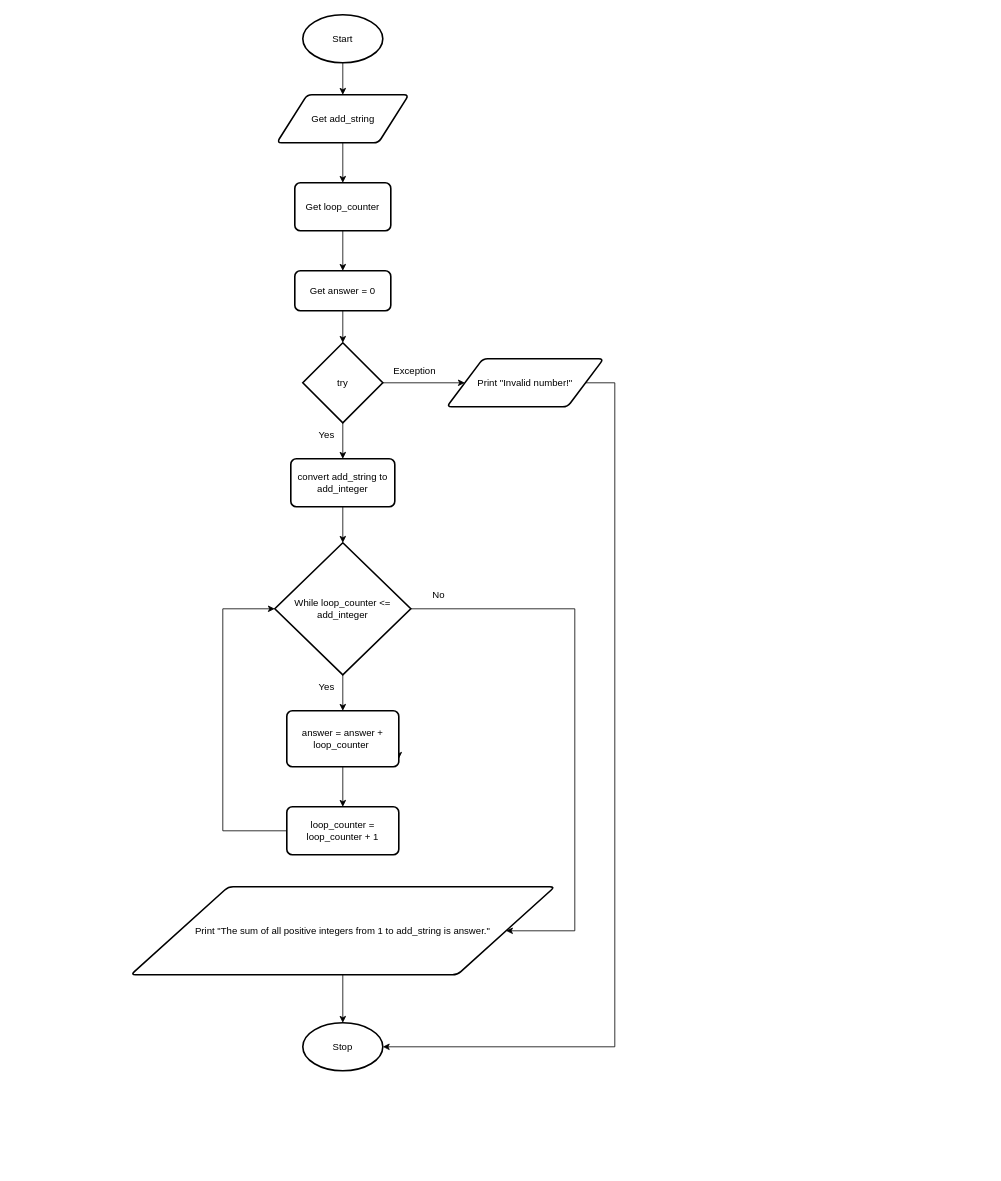
This is design.flowchart.drawio from Yiyun-Qin/ICS3U-Assignment4-Python, a draw.io file, before an edit. Source tidied: cells renumbered, new cells numbered last; positions are measured from the earlier drawing's top-left corner, leaving out a move shared by most shapes. Both pictures are drawn from the tidied source at 80%, with x=0, y=0 at pixel (130, 14).
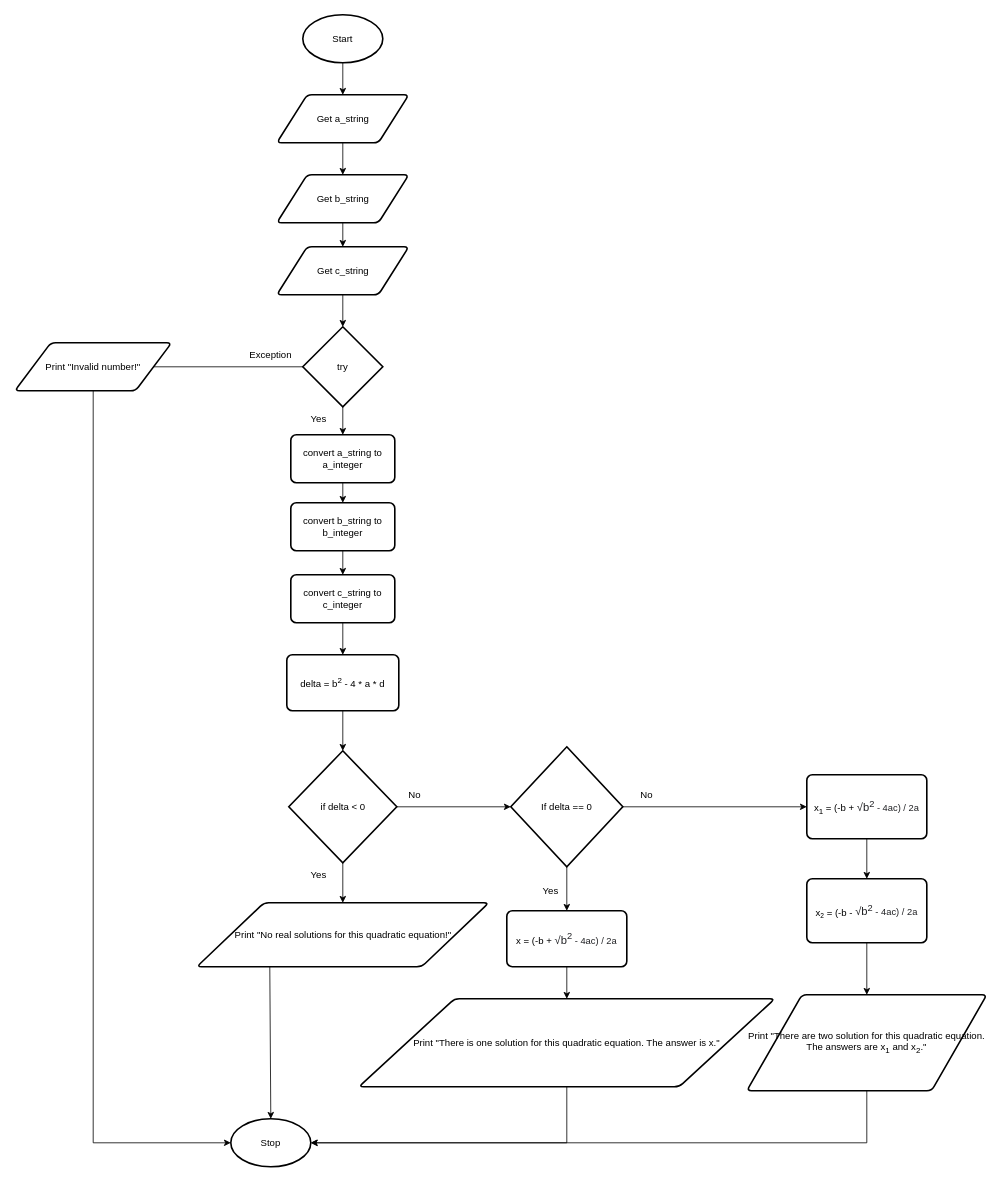
The same diagram, later.

What changed in the source:
```diff
@@
-    <mxCell id="4" style="edgeStyle=none;html=1;exitX=0.5;exitY=1;exitDx=0;exitDy=0;entryX=0.5;entryY=0;entryDx=0;entryDy=0;" parent="1" edge="1" source="5" target="24">
-      <mxGeometry relative="1" as="geometry" />
-    </mxCell>
+    <mxCell id="32" style="edgeStyle=none;html=1;exitX=0.5;exitY=1;exitDx=0;exitDy=0;entryX=0.5;entryY=0;entryDx=0;entryDy=0;" parent="1" edge="1" source="5" target="35">
+      <mxGeometry relative="1" as="geometry" />
+    </mxCell>
-    <mxCell id="5" value="Get add_string" style="shape=parallelogram;html=1;strokeWidth=2;perimeter=parallelogramPerimeter;whiteSpace=wrap;rounded=1;arcSize=12;size=0.23;" parent="1" vertex="1">
+    <mxCell id="5" value="Get a_string" style="shape=parallelogram;html=1;strokeWidth=2;perimeter=parallelogramPerimeter;whiteSpace=wrap;rounded=1;arcSize=12;size=0.23;" parent="1" vertex="1">
       <mxGeometry x="182.5" y="100" width="165" height="60" as="geometry" />
     </mxCell>
     <mxCell id="6" value="Stop" style="strokeWidth=2;html=1;shape=mxgraph.flowchart.start_1;whiteSpace=wrap;" parent="1" vertex="1">
-      <mxGeometry x="215" y="1260" width="100" height="60" as="geometry" />
+      <mxGeometry x="125" y="1380" width="100" height="60" as="geometry" />
     </mxCell>
     <mxCell id="7" value="Yes" style="text;html=1;strokeColor=none;fillColor=none;align=center;verticalAlign=middle;whiteSpace=wrap;rounded=0;" parent="1" vertex="1">
-      <mxGeometry x="215" y="510" width="60" height="30" as="geometry" />
+      <mxGeometry x="205" y="490" width="60" height="30" as="geometry" />
     </mxCell>
     <mxCell id="8" value="No" style="text;html=1;strokeColor=none;fillColor=none;align=center;verticalAlign=middle;whiteSpace=wrap;rounded=0;" parent="1" vertex="1">
-      <mxGeometry x="355" y="710" width="60" height="30" as="geometry" />
+      <mxGeometry x="325" y="960" width="60" height="30" as="geometry" />
     </mxCell>
@@
     <mxCell id="11" value="try" style="strokeWidth=2;html=1;shape=mxgraph.flowchart.decision;whiteSpace=wrap;" parent="1" vertex="1">
-      <mxGeometry x="215" y="410" width="100" height="100" as="geometry" />
+      <mxGeometry x="215" y="390" width="100" height="100" as="geometry" />
     </mxCell>
-    <mxCell id="12" style="edgeStyle=none;html=1;exitX=0.5;exitY=1;exitDx=0;exitDy=0;entryX=0.5;entryY=0;entryDx=0;entryDy=0;entryPerimeter=0;" parent="1" edge="1" source="13" target="19">
-      <mxGeometry relative="1" as="geometry" />
-    </mxCell>
+    <mxCell id="33" style="edgeStyle=none;html=1;exitX=0.5;exitY=1;exitDx=0;exitDy=0;entryX=0.5;entryY=0;entryDx=0;entryDy=0;" parent="1" edge="1" source="13" target="39">
+      <mxGeometry relative="1" as="geometry" />
+    </mxCell>
-    <mxCell id="13" value="convert add_string to add_integer" style="rounded=1;whiteSpace=wrap;html=1;absoluteArcSize=1;arcSize=14;strokeWidth=2;" parent="1" vertex="1">
-      <mxGeometry x="200" y="555" width="130" height="60" as="geometry" />
+    <mxCell id="13" value="convert a_string to a_integer" style="rounded=1;whiteSpace=wrap;html=1;absoluteArcSize=1;arcSize=14;strokeWidth=2;" parent="1" vertex="1">
+      <mxGeometry x="200" y="525" width="130" height="60" as="geometry" />
     </mxCell>
-    <mxCell id="14" style="edgeStyle=orthogonalEdgeStyle;html=1;exitX=1;exitY=0.5;exitDx=0;exitDy=0;entryX=1;entryY=0.5;entryDx=0;entryDy=0;entryPerimeter=0;rounded=0;" parent="1" edge="1" source="15" target="6">
-      <mxGeometry relative="1" as="geometry">
-        <Array as="points">
-          <mxPoint x="605" y="460" />
-          <mxPoint x="605" y="1290" />
-        </Array>
-      </mxGeometry>
+    <mxCell id="14" style="edgeStyle=orthogonalEdgeStyle;rounded=0;html=1;exitX=0.5;exitY=1;exitDx=0;exitDy=0;entryX=0;entryY=0.5;entryDx=0;entryDy=0;entryPerimeter=0;" parent="1" edge="1" source="15" target="6">
+      <mxGeometry relative="1" as="geometry" />
     </mxCell>
     <mxCell id="15" value="Print &quot;Invalid number!&quot;" style="shape=parallelogram;html=1;strokeWidth=2;perimeter=parallelogramPerimeter;whiteSpace=wrap;rounded=1;arcSize=12;size=0.23;" parent="1" vertex="1">
-      <mxGeometry x="395" y="430" width="196" height="60" as="geometry" />
+      <mxGeometry x="-145" y="410" width="196" height="60" as="geometry" />
     </mxCell>
     <mxCell id="16" value="Exception" style="text;html=1;strokeColor=none;fillColor=none;align=center;verticalAlign=middle;whiteSpace=wrap;rounded=0;" parent="1" vertex="1">
-      <mxGeometry x="325" y="430" width="60" height="30" as="geometry" />
+      <mxGeometry x="145" y="410" width="60" height="30" as="geometry" />
     </mxCell>
-    <mxCell id="17" style="edgeStyle=none;html=1;exitX=0.5;exitY=1;exitDx=0;exitDy=0;exitPerimeter=0;entryX=0.5;entryY=0;entryDx=0;entryDy=0;" parent="1" edge="1" source="19" target="22">
-      <mxGeometry relative="1" as="geometry" />
-    </mxCell>
-    <mxCell id="18" style="edgeStyle=orthogonalEdgeStyle;rounded=0;html=1;exitX=1;exitY=0.5;exitDx=0;exitDy=0;exitPerimeter=0;entryX=1;entryY=0.5;entryDx=0;entryDy=0;" parent="1" edge="1" source="19" target="31">
-      <mxGeometry relative="1" as="geometry">
-        <Array as="points">
-          <mxPoint x="555" y="743" />
-          <mxPoint x="555" y="1145" />
-        </Array>
-      </mxGeometry>
-    </mxCell>
-    <mxCell id="19" value="While loop_counter &amp;lt;= add_integer" style="strokeWidth=2;html=1;shape=mxgraph.flowchart.decision;whiteSpace=wrap;" parent="1" vertex="1">
-      <mxGeometry x="180" y="660" width="170" height="165" as="geometry" />
-    </mxCell>
-    <mxCell id="20" style="edgeStyle=none;html=1;exitX=1;exitY=0.75;exitDx=0;exitDy=0;" parent="1" edge="1" source="22">
-      <mxGeometry relative="1" as="geometry">
-        <mxPoint x="335" y="930" as="targetPoint" />
-      </mxGeometry>
-    </mxCell>
-    <mxCell id="21" style="edgeStyle=none;html=1;exitX=0.5;exitY=1;exitDx=0;exitDy=0;entryX=0.5;entryY=0;entryDx=0;entryDy=0;" parent="1" edge="1" source="22" target="28">
-      <mxGeometry relative="1" as="geometry" />
-    </mxCell>
-    <mxCell id="22" value="answer = answer + loop_counter&amp;nbsp;" style="rounded=1;whiteSpace=wrap;html=1;absoluteArcSize=1;arcSize=14;strokeWidth=2;" parent="1" vertex="1">
-      <mxGeometry x="195" y="870" width="140" height="70" as="geometry" />
-    </mxCell>
-    <mxCell id="23" style="edgeStyle=none;html=1;exitX=0.5;exitY=1;exitDx=0;exitDy=0;entryX=0.5;entryY=0;entryDx=0;entryDy=0;" parent="1" edge="1" source="24" target="26">
-      <mxGeometry relative="1" as="geometry" />
-    </mxCell>
-    <mxCell id="24" value="Get loop_counter" style="rounded=1;whiteSpace=wrap;html=1;absoluteArcSize=1;arcSize=14;strokeWidth=2;" parent="1" vertex="1">
-      <mxGeometry x="205" y="210" width="120" height="60" as="geometry" />
-    </mxCell>
-    <mxCell id="25" style="edgeStyle=none;html=1;exitX=0.5;exitY=1;exitDx=0;exitDy=0;entryX=0.5;entryY=0;entryDx=0;entryDy=0;entryPerimeter=0;" parent="1" edge="1" source="26" target="11">
-      <mxGeometry relative="1" as="geometry" />
-    </mxCell>
-    <mxCell id="26" value="Get answer = 0" style="rounded=1;whiteSpace=wrap;html=1;absoluteArcSize=1;arcSize=14;strokeWidth=2;" parent="1" vertex="1">
-      <mxGeometry x="205" y="320" width="120" height="50" as="geometry" />
-    </mxCell>
-    <mxCell id="27" style="edgeStyle=orthogonalEdgeStyle;html=1;exitX=0;exitY=0.5;exitDx=0;exitDy=0;entryX=0;entryY=0.5;entryDx=0;entryDy=0;entryPerimeter=0;rounded=0;" parent="1" edge="1" source="28" target="19">
-      <mxGeometry relative="1" as="geometry">
-        <Array as="points">
-          <mxPoint x="115" y="1020" />
-          <mxPoint x="115" y="743" />
-        </Array>
-      </mxGeometry>
-    </mxCell>
-    <mxCell id="28" value="loop_counter = loop_counter + 1" style="rounded=1;whiteSpace=wrap;html=1;absoluteArcSize=1;arcSize=14;strokeWidth=2;" parent="1" vertex="1">
-      <mxGeometry x="195" y="990" width="140" height="60" as="geometry" />
-    </mxCell>
-    <mxCell id="29" value="Yes" style="text;html=1;strokeColor=none;fillColor=none;align=center;verticalAlign=middle;whiteSpace=wrap;rounded=0;" parent="1" vertex="1">
-      <mxGeometry x="215" y="825" width="60" height="30" as="geometry" />
-    </mxCell>
-    <mxCell id="30" style="edgeStyle=orthogonalEdgeStyle;rounded=0;html=1;exitX=0.5;exitY=1;exitDx=0;exitDy=0;entryX=0.5;entryY=0;entryDx=0;entryDy=0;entryPerimeter=0;" parent="1" edge="1" source="31" target="6">
+    <mxCell id="30" style="edgeStyle=none;html=1;exitX=0.25;exitY=1;exitDx=0;exitDy=0;entryX=0.5;entryY=0;entryDx=0;entryDy=0;entryPerimeter=0;" parent="1" edge="1" source="31" target="6">
       <mxGeometry relative="1" as="geometry" />
     </mxCell>
-    <mxCell id="31" value="Print &quot;The sum of all positive integers from 1 to add_string is answer.&quot;" style="shape=parallelogram;html=1;strokeWidth=2;perimeter=parallelogramPerimeter;whiteSpace=wrap;rounded=1;arcSize=12;size=0.23;" parent="1" vertex="1">
-      <mxGeometry y="1090" width="530" height="110" as="geometry" />
+    <mxCell id="31" value="Print &quot;No real solutions for this quadratic equation!&quot;" style="shape=parallelogram;html=1;strokeWidth=2;perimeter=parallelogramPerimeter;whiteSpace=wrap;rounded=1;arcSize=12;size=0.23;" parent="1" vertex="1">
+      <mxGeometry x="82.5" y="1110" width="365" height="80" as="geometry" />
     </mxCell>
+    <mxCell id="34" style="edgeStyle=none;html=1;exitX=0.5;exitY=1;exitDx=0;exitDy=0;entryX=0.5;entryY=0;entryDx=0;entryDy=0;" parent="1" edge="1" source="35" target="37">
+      <mxGeometry relative="1" as="geometry" />
+    </mxCell>
+    <mxCell id="35" value="Get b_string" style="shape=parallelogram;html=1;strokeWidth=2;perimeter=parallelogramPerimeter;whiteSpace=wrap;rounded=1;arcSize=12;size=0.23;" parent="1" vertex="1">
+      <mxGeometry x="182.5" y="200" width="165" height="60" as="geometry" />
+    </mxCell>
+    <mxCell id="36" style="edgeStyle=none;html=1;exitX=0.5;exitY=1;exitDx=0;exitDy=0;entryX=0.5;entryY=0;entryDx=0;entryDy=0;entryPerimeter=0;" parent="1" edge="1" source="37" target="11">
+      <mxGeometry relative="1" as="geometry" />
+    </mxCell>
+    <mxCell id="37" value="Get c_string" style="shape=parallelogram;html=1;strokeWidth=2;perimeter=parallelogramPerimeter;whiteSpace=wrap;rounded=1;arcSize=12;size=0.23;" parent="1" vertex="1">
+      <mxGeometry x="182.5" y="290" width="165" height="60" as="geometry" />
+    </mxCell>
+    <mxCell id="38" style="edgeStyle=none;html=1;exitX=0.5;exitY=1;exitDx=0;exitDy=0;entryX=0.5;entryY=0;entryDx=0;entryDy=0;" parent="1" edge="1" source="39" target="41">
+      <mxGeometry relative="1" as="geometry" />
+    </mxCell>
+    <mxCell id="39" value="convert b_string to b_integer" style="rounded=1;whiteSpace=wrap;html=1;absoluteArcSize=1;arcSize=14;strokeWidth=2;" parent="1" vertex="1">
+      <mxGeometry x="200" y="610" width="130" height="60" as="geometry" />
+    </mxCell>
+    <mxCell id="40" style="edgeStyle=none;html=1;exitX=0.5;exitY=1;exitDx=0;exitDy=0;entryX=0.5;entryY=0;entryDx=0;entryDy=0;" parent="1" edge="1" source="41" target="43">
+      <mxGeometry relative="1" as="geometry" />
+    </mxCell>
+    <mxCell id="41" value="convert c_string to c_integer" style="rounded=1;whiteSpace=wrap;html=1;absoluteArcSize=1;arcSize=14;strokeWidth=2;" parent="1" vertex="1">
+      <mxGeometry x="200" y="700" width="130" height="60" as="geometry" />
+    </mxCell>
+    <mxCell id="42" style="edgeStyle=none;html=1;exitX=0.5;exitY=1;exitDx=0;exitDy=0;entryX=0.5;entryY=0;entryDx=0;entryDy=0;entryPerimeter=0;" parent="1" edge="1" source="43" target="46">
+      <mxGeometry relative="1" as="geometry" />
+    </mxCell>
+    <mxCell id="43" value="delta = b&lt;sup&gt;2&lt;/sup&gt; - 4 * a * d" style="rounded=1;whiteSpace=wrap;html=1;absoluteArcSize=1;arcSize=14;strokeWidth=2;" parent="1" vertex="1">
+      <mxGeometry x="195" y="800" width="140" height="70" as="geometry" />
+    </mxCell>
+    <mxCell id="44" style="edgeStyle=none;html=1;exitX=0.5;exitY=1;exitDx=0;exitDy=0;exitPerimeter=0;entryX=0.5;entryY=0;entryDx=0;entryDy=0;" parent="1" edge="1" source="46" target="31">
+      <mxGeometry relative="1" as="geometry" />
+    </mxCell>
+    <mxCell id="45" style="edgeStyle=none;html=1;exitX=1;exitY=0.5;exitDx=0;exitDy=0;exitPerimeter=0;entryX=0;entryY=0.5;entryDx=0;entryDy=0;entryPerimeter=0;" parent="1" edge="1" source="46" target="50">
+      <mxGeometry relative="1" as="geometry" />
+    </mxCell>
+    <mxCell id="46" value="if delta &amp;lt; 0" style="strokeWidth=2;html=1;shape=mxgraph.flowchart.decision;whiteSpace=wrap;" parent="1" vertex="1">
+      <mxGeometry x="197.5" y="920" width="135" height="140" as="geometry" />
+    </mxCell>
+    <mxCell id="47" value="Yes" style="text;html=1;strokeColor=none;fillColor=none;align=center;verticalAlign=middle;whiteSpace=wrap;rounded=0;" parent="1" vertex="1">
+      <mxGeometry x="205" y="1060" width="60" height="30" as="geometry" />
+    </mxCell>
+    <mxCell id="48" style="edgeStyle=none;html=1;exitX=0.5;exitY=1;exitDx=0;exitDy=0;exitPerimeter=0;entryX=0.5;entryY=0;entryDx=0;entryDy=0;" parent="1" edge="1" source="50" target="52">
+      <mxGeometry relative="1" as="geometry" />
+    </mxCell>
+    <mxCell id="49" style="edgeStyle=none;html=1;exitX=1;exitY=0.5;exitDx=0;exitDy=0;exitPerimeter=0;entryX=0;entryY=0.5;entryDx=0;entryDy=0;" parent="1" edge="1" source="50" target="56">
+      <mxGeometry relative="1" as="geometry" />
+    </mxCell>
+    <mxCell id="50" value="If delta == 0" style="strokeWidth=2;html=1;shape=mxgraph.flowchart.decision;whiteSpace=wrap;" parent="1" vertex="1">
+      <mxGeometry x="475" y="915" width="140" height="150" as="geometry" />
+    </mxCell>
+    <mxCell id="51" style="edgeStyle=none;html=1;exitX=0.5;exitY=1;exitDx=0;exitDy=0;entryX=0.5;entryY=0;entryDx=0;entryDy=0;" parent="1" edge="1" source="52" target="54">
+      <mxGeometry relative="1" as="geometry" />
+    </mxCell>
+    <mxCell id="52" value="x = (-b +&amp;nbsp;&lt;span style=&quot;color: rgb(32 , 33 , 36) ; font-family: &amp;#34;arial&amp;#34; , sans-serif ; font-size: 14px ; background-color: rgb(255 , 255 , 255)&quot;&gt;√b&lt;sup&gt;2&lt;/sup&gt;&lt;/span&gt;&lt;span style=&quot;font-size: 11.6667px ; color: rgb(32 , 33 , 36) ; font-family: &amp;#34;arial&amp;#34; , sans-serif ; background-color: rgb(255 , 255 , 255)&quot;&gt;&amp;nbsp;- 4ac) / 2a&lt;/span&gt;" style="rounded=1;whiteSpace=wrap;html=1;absoluteArcSize=1;arcSize=14;strokeWidth=2;" parent="1" vertex="1">
+      <mxGeometry x="470" y="1120" width="150" height="70" as="geometry" />
+    </mxCell>
+    <mxCell id="53" style="edgeStyle=orthogonalEdgeStyle;html=1;exitX=0.5;exitY=1;exitDx=0;exitDy=0;entryX=1;entryY=0.5;entryDx=0;entryDy=0;entryPerimeter=0;rounded=0;" parent="1" edge="1" source="54" target="6">
+      <mxGeometry relative="1" as="geometry" />
+    </mxCell>
+    <mxCell id="54" value="Print &quot;There is one solution for this quadratic equation. The answer is x.&quot;" style="shape=parallelogram;html=1;strokeWidth=2;perimeter=parallelogramPerimeter;whiteSpace=wrap;rounded=1;arcSize=12;size=0.23;" parent="1" vertex="1">
+      <mxGeometry x="285" y="1230" width="520" height="110" as="geometry" />
+    </mxCell>
+    <mxCell id="55" style="edgeStyle=none;html=1;exitX=0.5;exitY=1;exitDx=0;exitDy=0;entryX=0.5;entryY=0;entryDx=0;entryDy=0;" parent="1" edge="1" source="56" target="60">
+      <mxGeometry relative="1" as="geometry" />
+    </mxCell>
+    <mxCell id="56" value="x&lt;sub&gt;1&lt;/sub&gt; = (-b +&amp;nbsp;&lt;span style=&quot;color: rgb(32 , 33 , 36) ; font-family: &amp;#34;arial&amp;#34; , sans-serif ; font-size: 14px ; background-color: rgb(255 , 255 , 255)&quot;&gt;√b&lt;sup&gt;2&lt;/sup&gt;&lt;/span&gt;&lt;span style=&quot;font-size: 11.6667px ; color: rgb(32 , 33 , 36) ; font-family: &amp;#34;arial&amp;#34; , sans-serif ; background-color: rgb(255 , 255 , 255)&quot;&gt;&amp;nbsp;- 4ac) / 2a&lt;/span&gt;" style="rounded=1;whiteSpace=wrap;html=1;absoluteArcSize=1;arcSize=14;strokeWidth=2;" parent="1" vertex="1">
+      <mxGeometry x="845" y="950" width="150" height="80" as="geometry" />
+    </mxCell>
+    <mxCell id="57" value="Yes" style="text;html=1;strokeColor=none;fillColor=none;align=center;verticalAlign=middle;whiteSpace=wrap;rounded=0;" parent="1" vertex="1">
+      <mxGeometry x="495" y="1080" width="60" height="30" as="geometry" />
+    </mxCell>
+    <mxCell id="58" value="No" style="text;html=1;strokeColor=none;fillColor=none;align=center;verticalAlign=middle;whiteSpace=wrap;rounded=0;" parent="1" vertex="1">
+      <mxGeometry x="615" y="960" width="60" height="30" as="geometry" />
+    </mxCell>
+    <mxCell id="59" style="edgeStyle=none;html=1;exitX=0.5;exitY=1;exitDx=0;exitDy=0;entryX=0.5;entryY=0;entryDx=0;entryDy=0;" parent="1" edge="1" source="60" target="62">
+      <mxGeometry relative="1" as="geometry" />
+    </mxCell>
+    <mxCell id="60" value="x&lt;span style=&quot;font-size: 10px&quot;&gt;&lt;sub&gt;2&lt;/sub&gt;&lt;/span&gt;&amp;nbsp;= (-b -&amp;nbsp;&lt;span style=&quot;color: rgb(32 , 33 , 36) ; font-family: &amp;#34;arial&amp;#34; , sans-serif ; font-size: 14px ; background-color: rgb(255 , 255 , 255)&quot;&gt;√b&lt;sup&gt;2&lt;/sup&gt;&lt;/span&gt;&lt;span style=&quot;font-size: 11.6667px ; color: rgb(32 , 33 , 36) ; font-family: &amp;#34;arial&amp;#34; , sans-serif ; background-color: rgb(255 , 255 , 255)&quot;&gt;&amp;nbsp;- 4ac) / 2a&lt;/span&gt;" style="rounded=1;whiteSpace=wrap;html=1;absoluteArcSize=1;arcSize=14;strokeWidth=2;" parent="1" vertex="1">
+      <mxGeometry x="845" y="1080" width="150" height="80" as="geometry" />
+    </mxCell>
+    <mxCell id="61" style="edgeStyle=orthogonalEdgeStyle;rounded=0;html=1;exitX=0.5;exitY=1;exitDx=0;exitDy=0;entryX=1;entryY=0.5;entryDx=0;entryDy=0;entryPerimeter=0;" parent="1" edge="1" source="62" target="6">
+      <mxGeometry relative="1" as="geometry" />
+    </mxCell>
+    <mxCell id="62" value="Print &quot;There are two solution for this quadratic equation. The answers are x&lt;sub&gt;1&lt;/sub&gt; and x&lt;sub&gt;2&lt;/sub&gt;.&quot;" style="shape=parallelogram;html=1;strokeWidth=2;perimeter=parallelogramPerimeter;whiteSpace=wrap;rounded=1;arcSize=12;size=0.23;" parent="1" vertex="1">
+      <mxGeometry x="770" y="1225" width="300" height="120" as="geometry" />
+    </mxCell>
```
